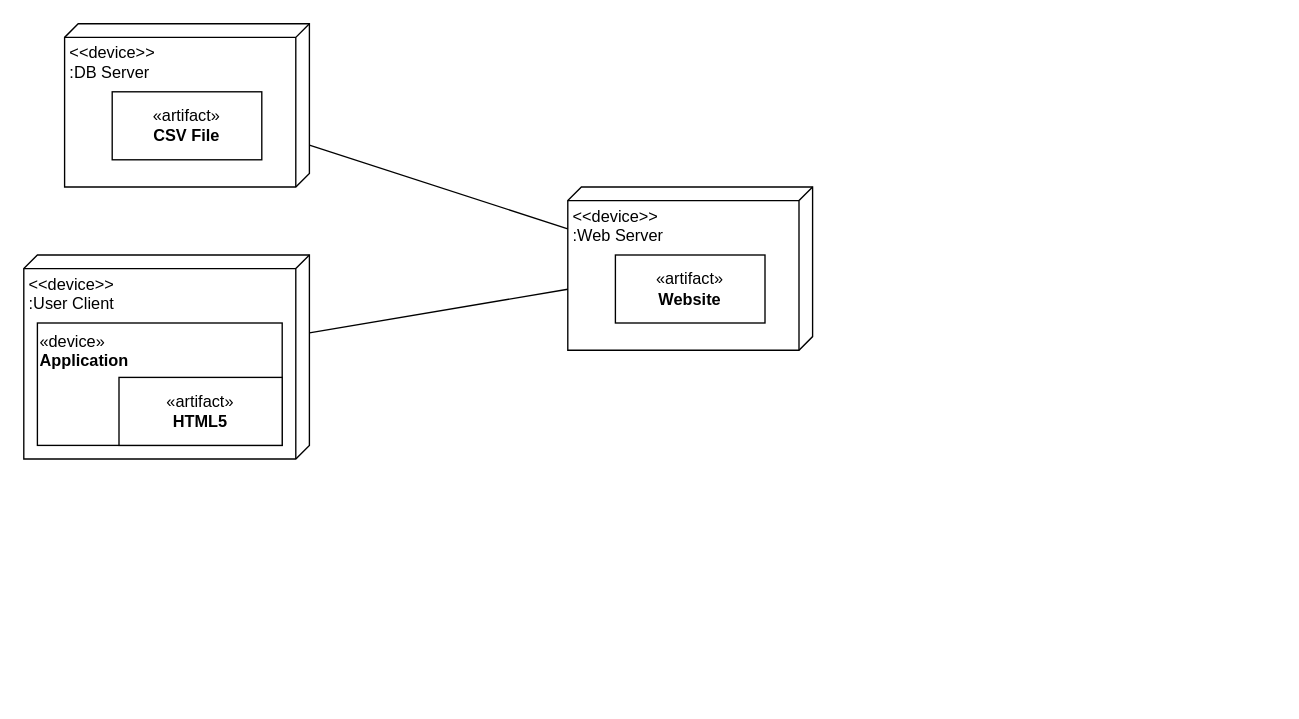
SENG-350-2024-fall/Team9 keeps this draw.io diagram as OliverWork/Milestone4/AllocationView.drawio. Above is the earlier version. Source tidied: cells renumbered, new cells numbered last; positions are measured from the earlier drawing's top-left corner, leaving out a move shared by most shapes. Both pictures are drawn from the tidied source at 136%, with x=0, y=0 at pixel (23, 23).
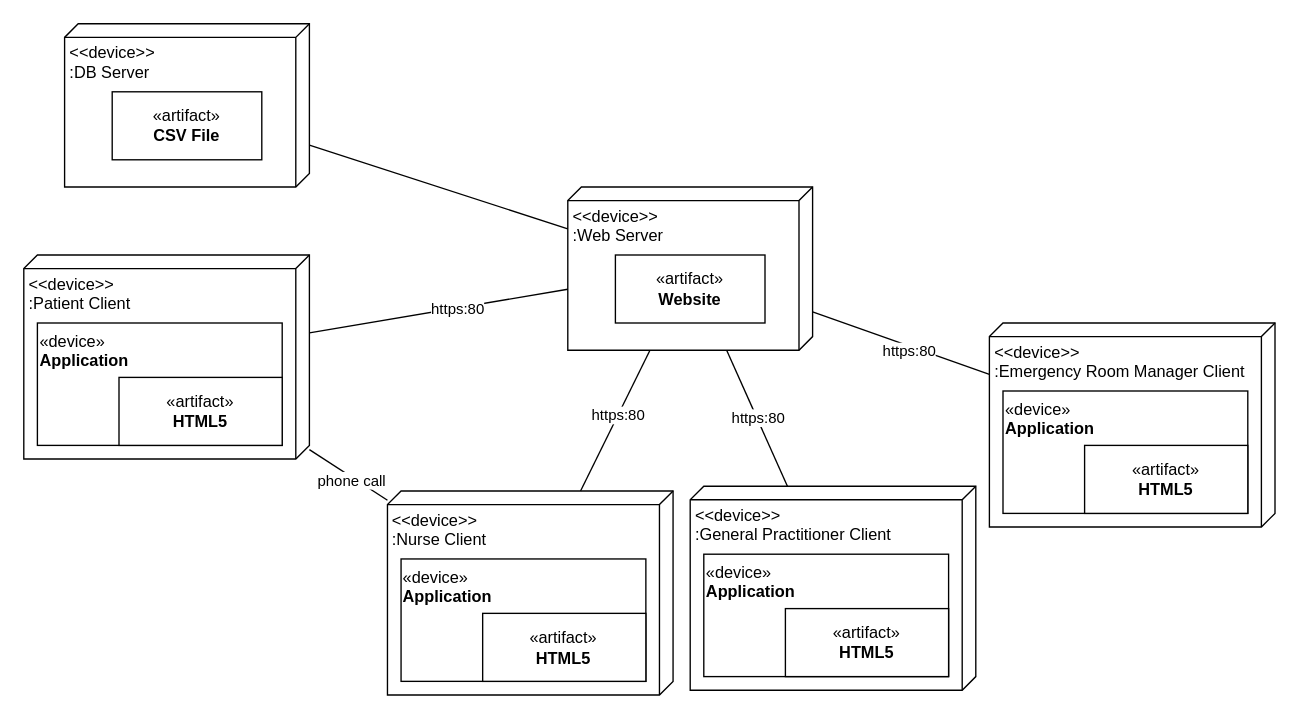
Above is the later version.

The change refers to these unchanged cells:
```xml
<mxCell id="3" value="&amp;lt;&amp;lt;device&amp;gt;&amp;gt;&lt;div&gt;:Web Server&lt;/div&gt;" style="verticalAlign=top;align=left;spacingTop=8;spacingLeft=2;spacingRight=12;shape=cube;size=10;direction=south;fontStyle=0;html=1;whiteSpace=wrap;" parent="1" vertex="1">
  <mxGeometry x="400" y="120" width="180" height="120" as="geometry" />
</mxCell>
<mxCell id="6" style="endArrow=none;html=1;rounded=0;" parent="1" edge="1" source="5" target="3">
  <mxGeometry relative="1" as="geometry" />
</mxCell>
```

Diff of the diagram source:
```diff
@@
-    <mxCell id="5" value="&amp;lt;&amp;lt;device&amp;gt;&amp;gt;&lt;div&gt;:User Client&lt;/div&gt;" style="verticalAlign=top;align=left;spacingTop=8;spacingLeft=2;spacingRight=12;shape=cube;size=10;direction=south;fontStyle=0;html=1;whiteSpace=wrap;" parent="1" vertex="1">
+    <mxCell id="5" value="&amp;lt;&amp;lt;device&amp;gt;&amp;gt;&lt;div&gt;:Patient Client&lt;/div&gt;" style="verticalAlign=top;align=left;spacingTop=8;spacingLeft=2;spacingRight=12;shape=cube;size=10;direction=south;fontStyle=0;html=1;whiteSpace=wrap;" parent="1" vertex="1">
       <mxGeometry y="170" width="210" height="150" as="geometry" />
     </mxCell>
@@
+    <mxCell id="11" value="https:80" style="edgeLabel;html=1;align=center;verticalAlign=middle;" parent="6" vertex="1">
+      <mxGeometry x="0.14" y="-1" relative="1" as="geometry" />
+    </mxCell>
@@
+    <mxCell id="12" value="&amp;lt;&amp;lt;device&amp;gt;&amp;gt;&lt;div&gt;:Nurse Client&lt;/div&gt;" style="verticalAlign=top;align=left;spacingTop=8;spacingLeft=2;spacingRight=12;shape=cube;size=10;direction=south;fontStyle=0;html=1;whiteSpace=wrap;" parent="1" vertex="1">
+      <mxGeometry x="267.4" y="343.5" width="210" height="150" as="geometry" />
+    </mxCell>
+    <mxCell id="13" value="«device»&lt;br&gt;&lt;b&gt;Application&lt;/b&gt;" style="html=1;whiteSpace=wrap;align=left;verticalAlign=top;" parent="1" vertex="1">
+      <mxGeometry x="277.4" y="393.5" width="180" height="90" as="geometry" />
+    </mxCell>
+    <mxCell id="14" value="«artifact»&lt;br&gt;&lt;b&gt;HTML5&lt;/b&gt;" style="html=1;whiteSpace=wrap;" parent="1" vertex="1">
+      <mxGeometry x="337.4" y="433.5" width="120" height="50" as="geometry" />
+    </mxCell>
+    <mxCell id="15" style="endArrow=none;html=1;rounded=0;" parent="1" edge="1" source="12" target="3">
+      <mxGeometry relative="1" as="geometry" />
+    </mxCell>
+    <mxCell id="16" value="https:80" style="edgeLabel;html=1;align=center;verticalAlign=middle;" parent="15" vertex="1">
+      <mxGeometry x="0.08" relative="1" as="geometry" />
+    </mxCell>
+    <mxCell id="17" value="&amp;lt;&amp;lt;device&amp;gt;&amp;gt;&lt;div&gt;:General Practitioner Client&lt;/div&gt;" style="verticalAlign=top;align=left;spacingTop=8;spacingLeft=2;spacingRight=12;shape=cube;size=10;direction=south;fontStyle=0;html=1;whiteSpace=wrap;" parent="1" vertex="1">
+      <mxGeometry x="490" y="340" width="210" height="150" as="geometry" />
+    </mxCell>
+    <mxCell id="18" value="«device»&lt;br&gt;&lt;b&gt;Application&lt;/b&gt;" style="html=1;whiteSpace=wrap;align=left;verticalAlign=top;" parent="1" vertex="1">
+      <mxGeometry x="500" y="390" width="180" height="90" as="geometry" />
+    </mxCell>
+    <mxCell id="19" value="«artifact»&lt;br&gt;&lt;b&gt;HTML5&lt;/b&gt;" style="html=1;whiteSpace=wrap;" parent="1" vertex="1">
+      <mxGeometry x="560" y="430" width="120" height="50" as="geometry" />
+    </mxCell>
+    <mxCell id="20" style="endArrow=none;html=1;rounded=0;" parent="1" edge="1" source="17" target="3">
+      <mxGeometry relative="1" as="geometry" />
+    </mxCell>
+    <mxCell id="21" value="https:80" style="edgeLabel;html=1;align=center;verticalAlign=middle;" parent="20" vertex="1">
+      <mxGeometry relative="1" as="geometry" />
+    </mxCell>
+    <mxCell id="22" value="&amp;lt;&amp;lt;device&amp;gt;&amp;gt;&lt;div&gt;:Emergency Room Manager Client&lt;/div&gt;" style="verticalAlign=top;align=left;spacingTop=8;spacingLeft=2;spacingRight=12;shape=cube;size=10;direction=south;fontStyle=0;html=1;whiteSpace=wrap;" parent="1" vertex="1">
+      <mxGeometry x="710" y="220" width="210" height="150" as="geometry" />
+    </mxCell>
+    <mxCell id="23" value="«device»&lt;br&gt;&lt;b&gt;Application&lt;/b&gt;" style="html=1;whiteSpace=wrap;align=left;verticalAlign=top;" parent="1" vertex="1">
+      <mxGeometry x="720" y="270" width="180" height="90" as="geometry" />
+    </mxCell>
+    <mxCell id="24" value="«artifact»&lt;br&gt;&lt;b&gt;HTML5&lt;/b&gt;" style="html=1;whiteSpace=wrap;" parent="1" vertex="1">
+      <mxGeometry x="780" y="310" width="120" height="50" as="geometry" />
+    </mxCell>
+    <mxCell id="25" style="endArrow=none;html=1;rounded=0;" parent="1" edge="1" source="22" target="3">
+      <mxGeometry relative="1" as="geometry" />
+    </mxCell>
+    <mxCell id="26" value="https:80" style="edgeLabel;html=1;align=center;verticalAlign=middle;" parent="25" vertex="1">
+      <mxGeometry x="0.03" y="-1" relative="1" as="geometry">
+        <mxPoint x="7" y="7" as="offset" />
+      </mxGeometry>
+    </mxCell>
+    <mxCell id="27" style="endArrow=none;html=1;rounded=0;" parent="1" edge="1" source="5" target="12">
+      <mxGeometry relative="1" as="geometry" />
+    </mxCell>
+    <mxCell id="28" value="phone call" style="edgeLabel;html=1;align=center;verticalAlign=middle;" parent="27" vertex="1">
+      <mxGeometry x="0.14" y="-1" relative="1" as="geometry">
+        <mxPoint x="-2" as="offset" />
+      </mxGeometry>
+    </mxCell>
```
